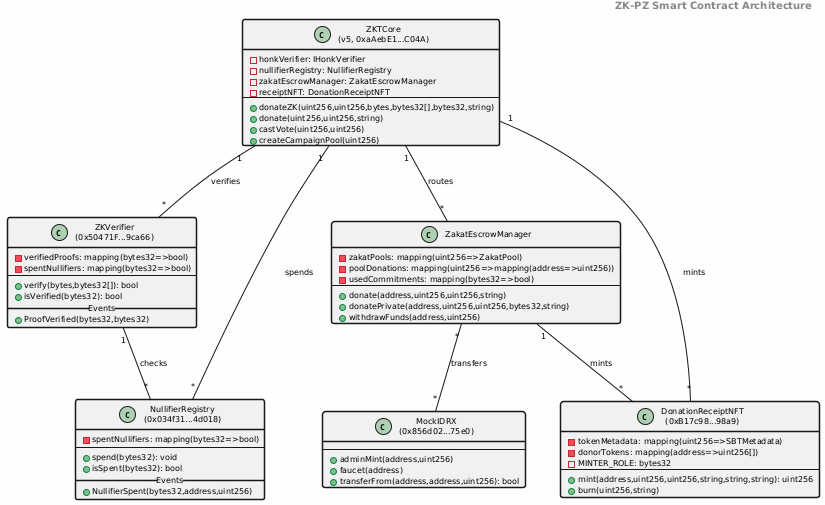
The PlantUML diagram class_diagram.png in tawf-labs/zkt-research, before a commit.
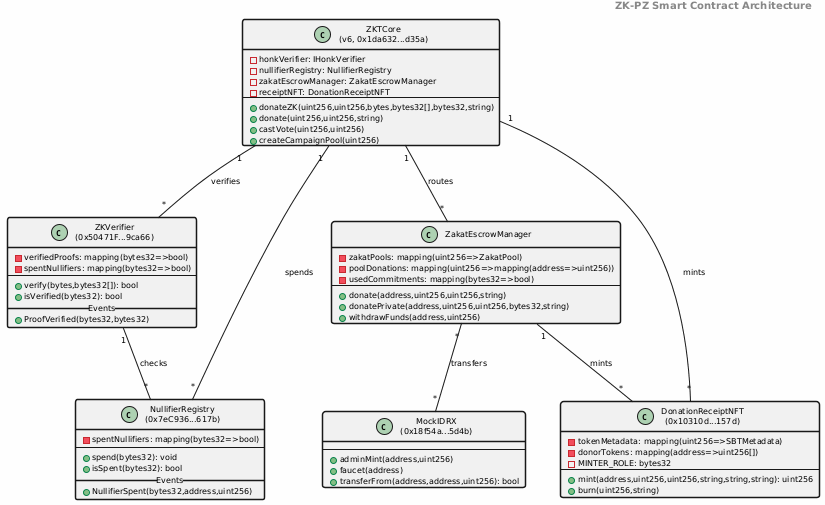
The same file after the commit.

Change to the diagram source:
```diff
@@ -7,7 +7,7 @@
 
 header <b>ZK-PZ Smart Contract Architecture</b>
 
-class "ZKTCore\n(v5, 0xaAebE1...C04A)" as ZKTCore {
+class "ZKTCore\n(v6, 0x1da632...d35a)" as ZKTCore {
   - honkVerifier: IHonkVerifier
   - nullifierRegistry: NullifierRegistry
   - zakatEscrowManager: ZakatEscrowManager
@@ -29,7 +29,7 @@
   + ProofVerified(bytes32,bytes32)
 }
 
-class "NullifierRegistry\n(0x034f31...4d018)" as NullifierRegistry {
+class "NullifierRegistry\n(0x7eC936...617b)" as NullifierRegistry {
   - spentNullifiers: mapping(bytes32=>bool)
   --
   + spend(bytes32): void
@@ -48,7 +48,7 @@
   + withdrawFunds(address,uint256)
 }
 
-class "DonationReceiptNFT\n(0xB17c98...98a9)" as DonationReceiptNFT {
+class "DonationReceiptNFT\n(0x10310d...157d)" as DonationReceiptNFT {
   - tokenMetadata: mapping(uint256=>SBTMetadata)
   - donorTokens: mapping(address=>uint256[])
   - MINTER_ROLE: bytes32
@@ -57,7 +57,7 @@
   + burn(uint256,string)
 }
 
-class "MockIDRX\n(0x856d02...75e0)" as MockIDRX {
+class "MockIDRX\n(0x18f54a...5d4b)" as MockIDRX {
   --
   + adminMint(address,uint256)
   + faucet(address)
```
